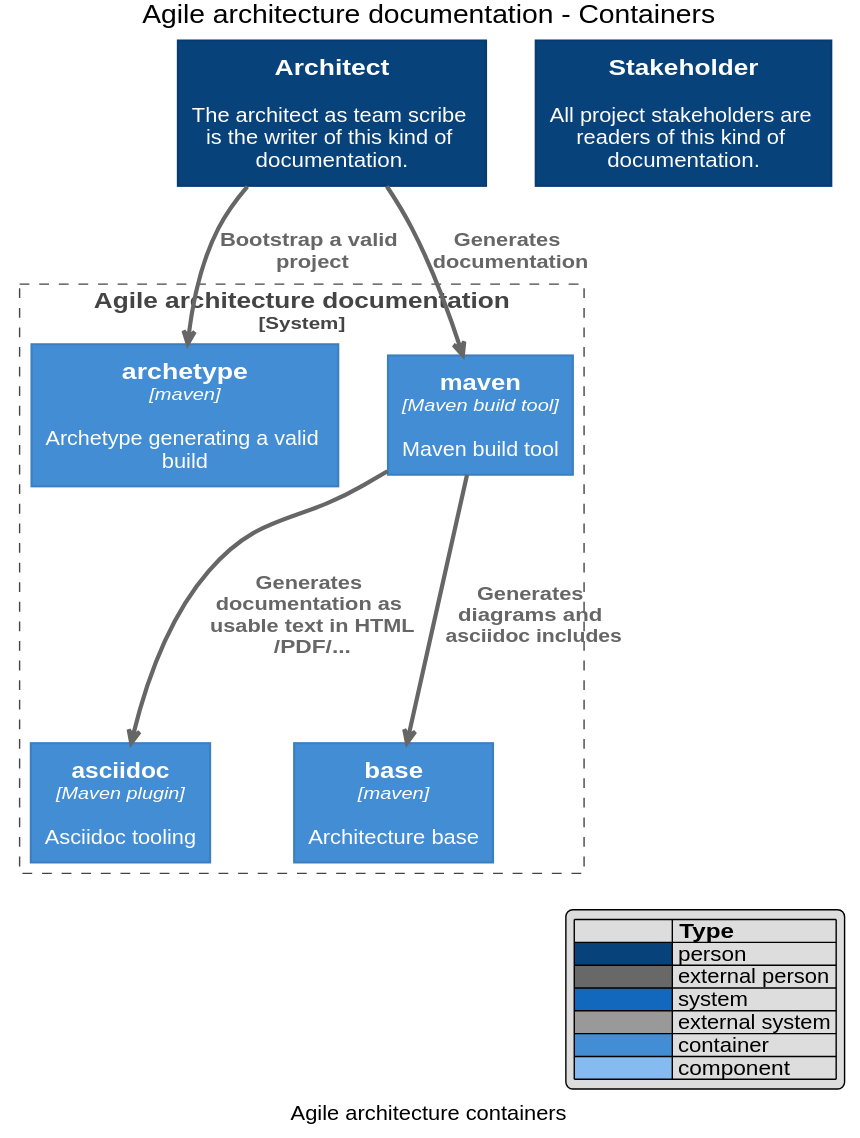
The PlantUML diagram images/agile.architecture.containers.svg in mmacphail/agile-architecture-documentation-system, before a commit.
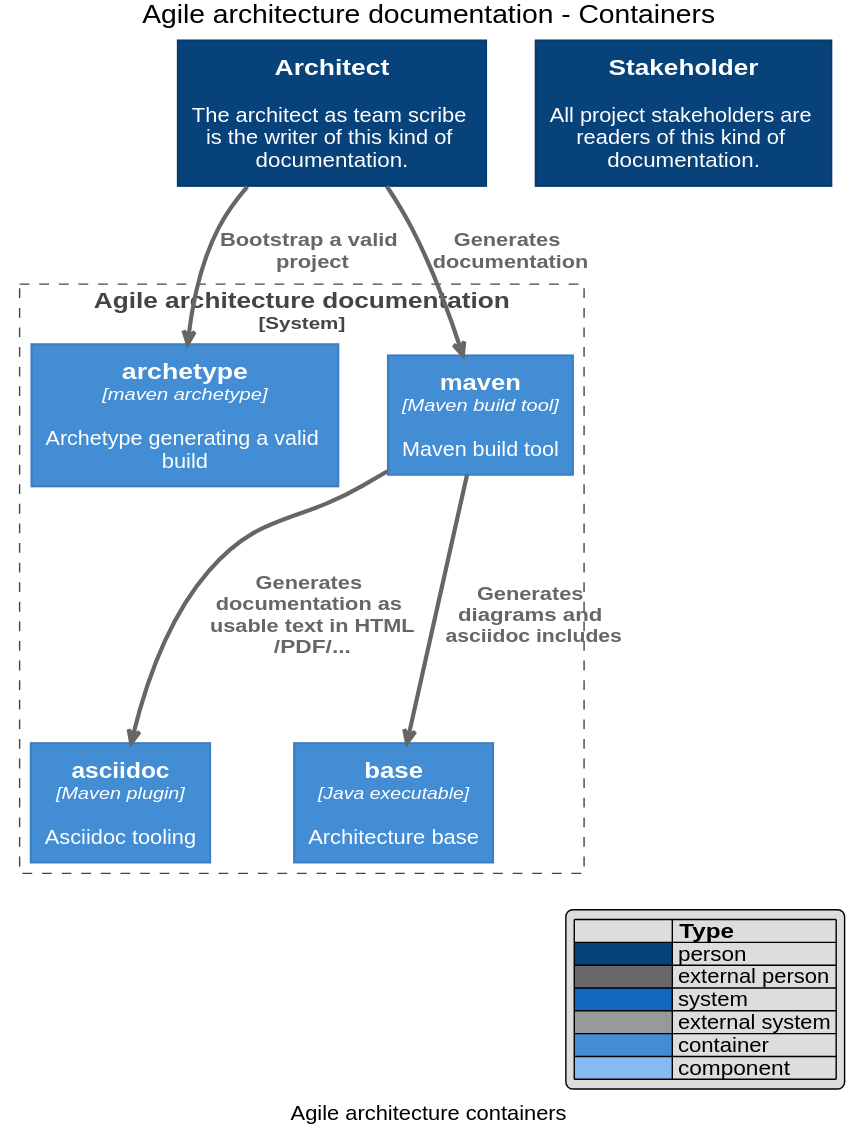
The same diagram one commit later.

Diff of the diagram source:
```diff
@@ -465,9 +465,9 @@
 rectangle "==Architect\n\n The architect as team scribe is the writer of this kind of documentation." <<person>> as 1
 rectangle "==Stakeholder\n\n All project stakeholders are readers of this kind of documentation." <<person>> as 2
 rectangle "==Agile architecture documentation\n<size:12>[System]</size>" <<boundary>> as 3_boundary {
-  rectangle "==archetype\n//<size:12>[maven]</size>//\n\n Archetype generating a valid build" <<container>> as 6
+  rectangle "==archetype\n//<size:12>[maven archetype]</size>//\n\n Archetype generating a valid build" <<container>> as 6
   rectangle "==asciidoc\n//<size:12>[Maven plugin]</size>//\n\n Asciidoc tooling" <<container>> as 40
-  rectangle "==base\n//<size:12>[maven]</size>//\n\n Architecture base" <<container>> as 10
+  rectangle "==base\n//<size:12>[Java executable]</size>//\n\n Architecture base" <<container>> as 10
   rectangle "==maven\n//<size:12>[Maven build tool]</size>//\n\n Maven build tool" <<container>> as 8
 }
 1 -DOWN-> 6 : "===Bootstrap a valid project"
```
